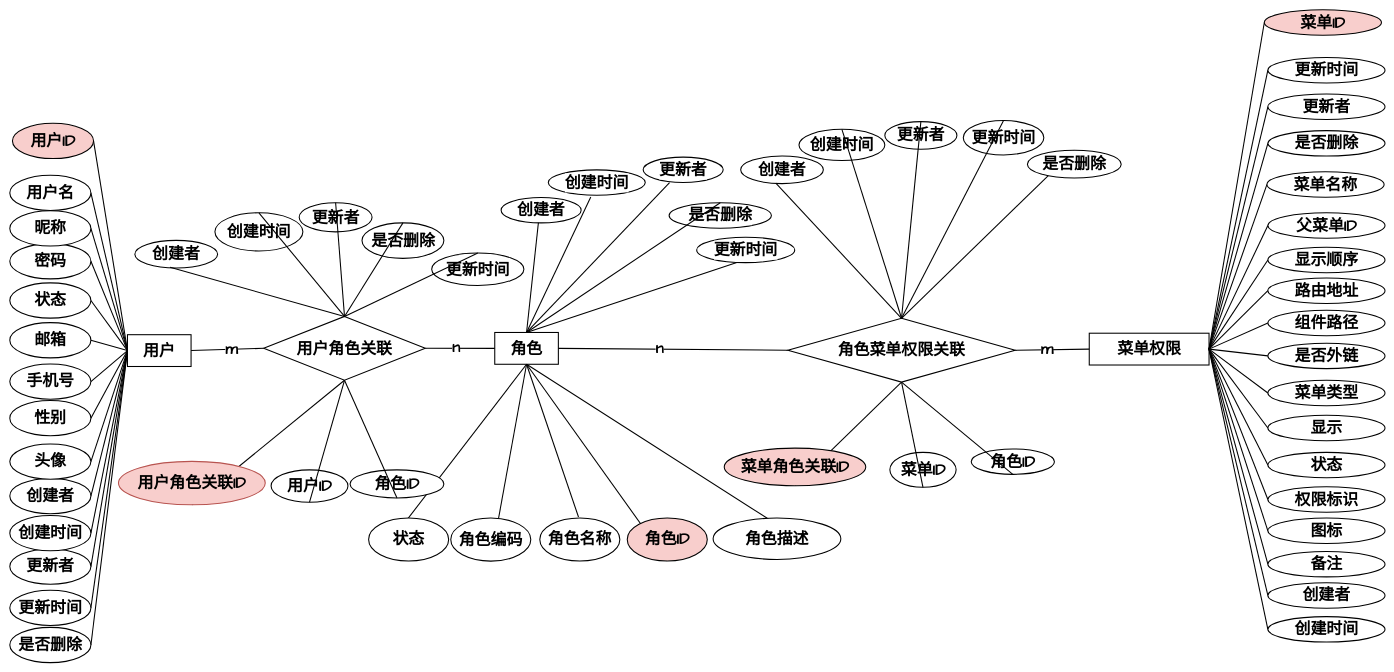
zhangbird050801/bird-blog keeps this draw.io diagram as graph/权限模块ER图.drawio. Above is the earlier version. Source tidied: cells renumbered, new cells numbered last; positions are measured from the earlier drawing's top-left corner, leaving out a move shared by most shapes. Both pictures are drawn from the tidied source at 53%, with x=0, y=0 at pixel (10, 10).
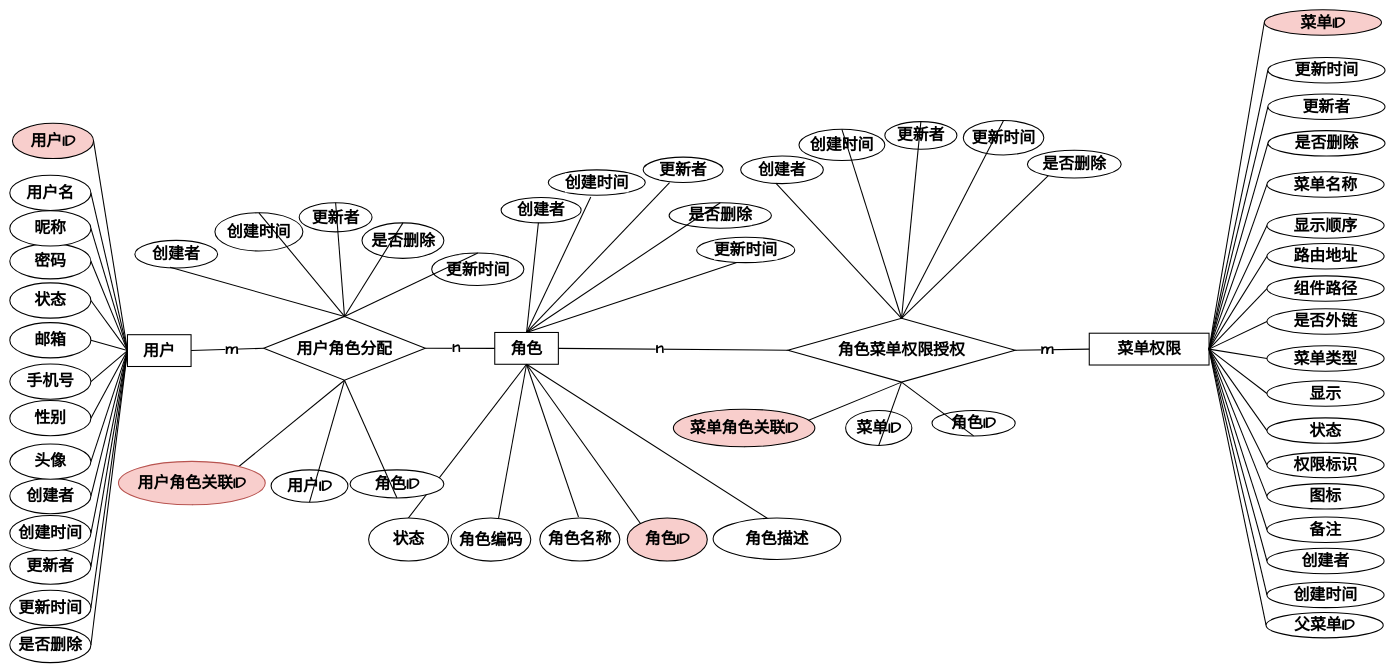
The same diagram, later.

Commit message (it also covers changes not shown here):
更新权限模块ER图.drawio

The edit, as a diff of the source:
```diff
@@
-    <mxCell id="38" value="用户角色关联" style="rhombus;whiteSpace=wrap;html=1;fontSize=30;fontFamily=Comic Sans MS;fontStyle=1;rounded=0;strokeColor=default;strokeWidth=2;align=center;verticalAlign=middle;fontColor=default;labelBackgroundColor=default;" parent="1" vertex="1">
+    <mxCell id="38" value="用户角色分配" style="rhombus;whiteSpace=wrap;html=1;fontSize=30;fontFamily=Comic Sans MS;fontStyle=1;rounded=0;strokeColor=default;strokeWidth=2;align=center;verticalAlign=middle;fontColor=default;labelBackgroundColor=default;" parent="1" vertex="1">
       <mxGeometry x="479" y="578.5" width="305" height="120.5" as="geometry" />
     </mxCell>
@@
     <mxCell id="59" value="状态" style="ellipse;whiteSpace=wrap;html=1;fontSize=30;fontFamily=Comic Sans MS;fontStyle=1;rounded=0;strokeColor=default;strokeWidth=2;align=center;verticalAlign=middle;fontColor=default;labelBackgroundColor=default;" parent="1" vertex="1">
-      <mxGeometry x="2373.7" y="835" width="221" height="48" as="geometry" />
+      <mxGeometry x="2372" y="770" width="221" height="48" as="geometry" />
     </mxCell>
@@
     <mxCell id="61" value="显示" style="ellipse;whiteSpace=wrap;html=1;fontSize=30;fontFamily=Comic Sans MS;fontStyle=1;rounded=0;strokeColor=default;strokeWidth=2;align=center;verticalAlign=middle;fontColor=default;labelBackgroundColor=default;" parent="1" vertex="1">
-      <mxGeometry x="2373.7" y="765" width="221" height="48" as="geometry" />
+      <mxGeometry x="2372" y="700" width="221" height="48" as="geometry" />
     </mxCell>
@@
     <mxCell id="63" value="菜单类型" style="ellipse;whiteSpace=wrap;html=1;fontSize=30;fontFamily=Comic Sans MS;fontStyle=1;rounded=0;strokeColor=default;strokeWidth=2;align=center;verticalAlign=middle;fontColor=default;labelBackgroundColor=default;" parent="1" vertex="1">
-      <mxGeometry x="2373.7" y="699" width="221" height="48" as="geometry" />
+      <mxGeometry x="2372" y="634" width="221" height="48" as="geometry" />
     </mxCell>
@@
     <mxCell id="65" value="是否外链" style="ellipse;whiteSpace=wrap;html=1;fontSize=30;fontFamily=Comic Sans MS;fontStyle=1;rounded=0;strokeColor=default;strokeWidth=2;align=center;verticalAlign=middle;fontColor=default;labelBackgroundColor=default;" parent="1" vertex="1">
-      <mxGeometry x="2373.7" y="629" width="221" height="48" as="geometry" />
+      <mxGeometry x="2372" y="564" width="221" height="48" as="geometry" />
     </mxCell>
@@
     <mxCell id="67" value="组件路径" style="ellipse;whiteSpace=wrap;html=1;fontSize=30;fontFamily=Comic Sans MS;fontStyle=1;rounded=0;strokeColor=default;strokeWidth=2;align=center;verticalAlign=middle;fontColor=default;labelBackgroundColor=default;" parent="1" vertex="1">
-      <mxGeometry x="2373.7" y="567" width="221" height="48" as="geometry" />
+      <mxGeometry x="2372" y="502" width="221" height="48" as="geometry" />
     </mxCell>
@@
     <mxCell id="69" value="路由地址" style="ellipse;whiteSpace=wrap;html=1;fontSize=30;fontFamily=Comic Sans MS;fontStyle=1;rounded=0;strokeColor=default;strokeWidth=2;align=center;verticalAlign=middle;fontColor=default;labelBackgroundColor=default;" parent="1" vertex="1">
-      <mxGeometry x="2373.7" y="506" width="221" height="48" as="geometry" />
+      <mxGeometry x="2372" y="441" width="221" height="48" as="geometry" />
     </mxCell>
@@
     <mxCell id="71" value="显示顺序" style="ellipse;whiteSpace=wrap;html=1;fontSize=30;fontFamily=Comic Sans MS;fontStyle=1;rounded=0;strokeColor=default;strokeWidth=2;align=center;verticalAlign=middle;fontColor=default;labelBackgroundColor=default;" parent="1" vertex="1">
-      <mxGeometry x="2373.7" y="448" width="221" height="48" as="geometry" />
+      <mxGeometry x="2372" y="383" width="221" height="48" as="geometry" />
     </mxCell>
@@
     <mxCell id="73" value="父菜单ID" style="ellipse;whiteSpace=wrap;html=1;fontSize=30;fontFamily=Comic Sans MS;fontStyle=1;rounded=0;strokeColor=default;strokeWidth=2;align=center;verticalAlign=middle;fontColor=default;labelBackgroundColor=default;" parent="1" vertex="1">
-      <mxGeometry x="2373.7" y="383" width="221" height="48" as="geometry" />
+      <mxGeometry x="2370.3" y="1137" width="221" height="48" as="geometry" />
     </mxCell>
@@
     <mxCell id="77" value="备注" style="ellipse;whiteSpace=wrap;html=1;fontSize=30;fontFamily=Comic Sans MS;fontStyle=1;rounded=0;strokeColor=default;strokeWidth=2;align=center;verticalAlign=middle;fontColor=default;labelBackgroundColor=default;" parent="1" vertex="1">
-      <mxGeometry x="2373.7" y="1022" width="221" height="48" as="geometry" />
+      <mxGeometry x="2372" y="957" width="221" height="48" as="geometry" />
     </mxCell>
@@
     <mxCell id="79" value="图标" style="ellipse;whiteSpace=wrap;html=1;fontSize=30;fontFamily=Comic Sans MS;fontStyle=1;rounded=0;strokeColor=default;strokeWidth=2;align=center;verticalAlign=middle;fontColor=default;labelBackgroundColor=default;" parent="1" vertex="1">
-      <mxGeometry x="2373.7" y="959" width="221" height="48" as="geometry" />
+      <mxGeometry x="2372" y="894" width="221" height="48" as="geometry" />
     </mxCell>
@@
     <mxCell id="81" value="权限标识" style="ellipse;whiteSpace=wrap;html=1;fontSize=30;fontFamily=Comic Sans MS;fontStyle=1;rounded=0;strokeColor=default;strokeWidth=2;align=center;verticalAlign=middle;fontColor=default;labelBackgroundColor=default;" parent="1" vertex="1">
-      <mxGeometry x="2373.7" y="900" width="221" height="48" as="geometry" />
+      <mxGeometry x="2372" y="835" width="221" height="48" as="geometry" />
     </mxCell>
@@
     <mxCell id="83" value="创建者" style="ellipse;whiteSpace=wrap;html=1;fontSize=30;fontFamily=Comic Sans MS;fontStyle=1;rounded=0;strokeColor=default;strokeWidth=2;align=center;verticalAlign=middle;fontColor=default;labelBackgroundColor=default;" parent="1" vertex="1">
-      <mxGeometry x="2373.7" y="1081" width="221" height="48" as="geometry" />
+      <mxGeometry x="2372" y="1016" width="221" height="48" as="geometry" />
     </mxCell>
@@
     <mxCell id="85" value="创建时间" style="ellipse;whiteSpace=wrap;html=1;fontSize=30;fontFamily=Comic Sans MS;fontStyle=1;rounded=0;strokeColor=default;strokeWidth=2;align=center;verticalAlign=middle;fontColor=default;labelBackgroundColor=default;" parent="1" vertex="1">
-      <mxGeometry x="2373.7" y="1145" width="221" height="48" as="geometry" />
+      <mxGeometry x="2372" y="1080" width="221" height="48" as="geometry" />
     </mxCell>
@@
-    <mxCell id="116" value="角色菜单权限关联" style="rhombus;whiteSpace=wrap;html=1;fontSize=30;fontFamily=Comic Sans MS;fontStyle=1;rounded=0;strokeColor=default;strokeWidth=2;align=center;verticalAlign=middle;fontColor=default;labelBackgroundColor=default;" parent="1" vertex="1">
+    <mxCell id="116" value="角色菜单权限授权" style="rhombus;whiteSpace=wrap;html=1;fontSize=30;fontFamily=Comic Sans MS;fontStyle=1;rounded=0;strokeColor=default;strokeWidth=2;align=center;verticalAlign=middle;fontColor=default;labelBackgroundColor=default;" parent="1" vertex="1">
       <mxGeometry x="1468" y="582" width="429" height="120.5" as="geometry" />
     </mxCell>
@@
     <mxCell id="122" value="菜单角色关联ID" style="ellipse;whiteSpace=wrap;html=1;flipV=1;flipH=1;fontSize=30;fontFamily=Comic Sans MS;fontStyle=1;fillColor=#f8cecc;strokeColor=default;rounded=0;strokeWidth=2;align=center;verticalAlign=middle;fontColor=default;labelBackgroundColor=none;" parent="1" vertex="1">
-      <mxGeometry x="1348" y="827" width="267" height="71" as="geometry" />
+      <mxGeometry x="1252" y="753.5" width="267" height="71" as="geometry" />
     </mxCell>
     <mxCell id="123" value="菜单ID" style="ellipse;whiteSpace=wrap;html=1;flipV=1;flipH=1;fontSize=30;fontFamily=Comic Sans MS;fontStyle=1;rounded=0;strokeColor=default;strokeWidth=2;align=center;verticalAlign=middle;fontColor=default;labelBackgroundColor=default;" parent="1" vertex="1">
-      <mxGeometry x="1660.5" y="835" width="125" height="66" as="geometry" />
+      <mxGeometry x="1577" y="756" width="125" height="66" as="geometry" />
     </mxCell>
     <mxCell id="124" value="角色ID" style="ellipse;whiteSpace=wrap;html=1;flipV=1;flipH=1;fontSize=30;fontFamily=Comic Sans MS;fontStyle=1;rounded=0;strokeColor=default;strokeWidth=2;align=center;verticalAlign=middle;fontColor=default;labelBackgroundColor=default;" parent="1" vertex="1">
-      <mxGeometry x="1814" y="828.5" width="157" height="48" as="geometry" />
+      <mxGeometry x="1740" y="756" width="157" height="48" as="geometry" />
     </mxCell>
```
